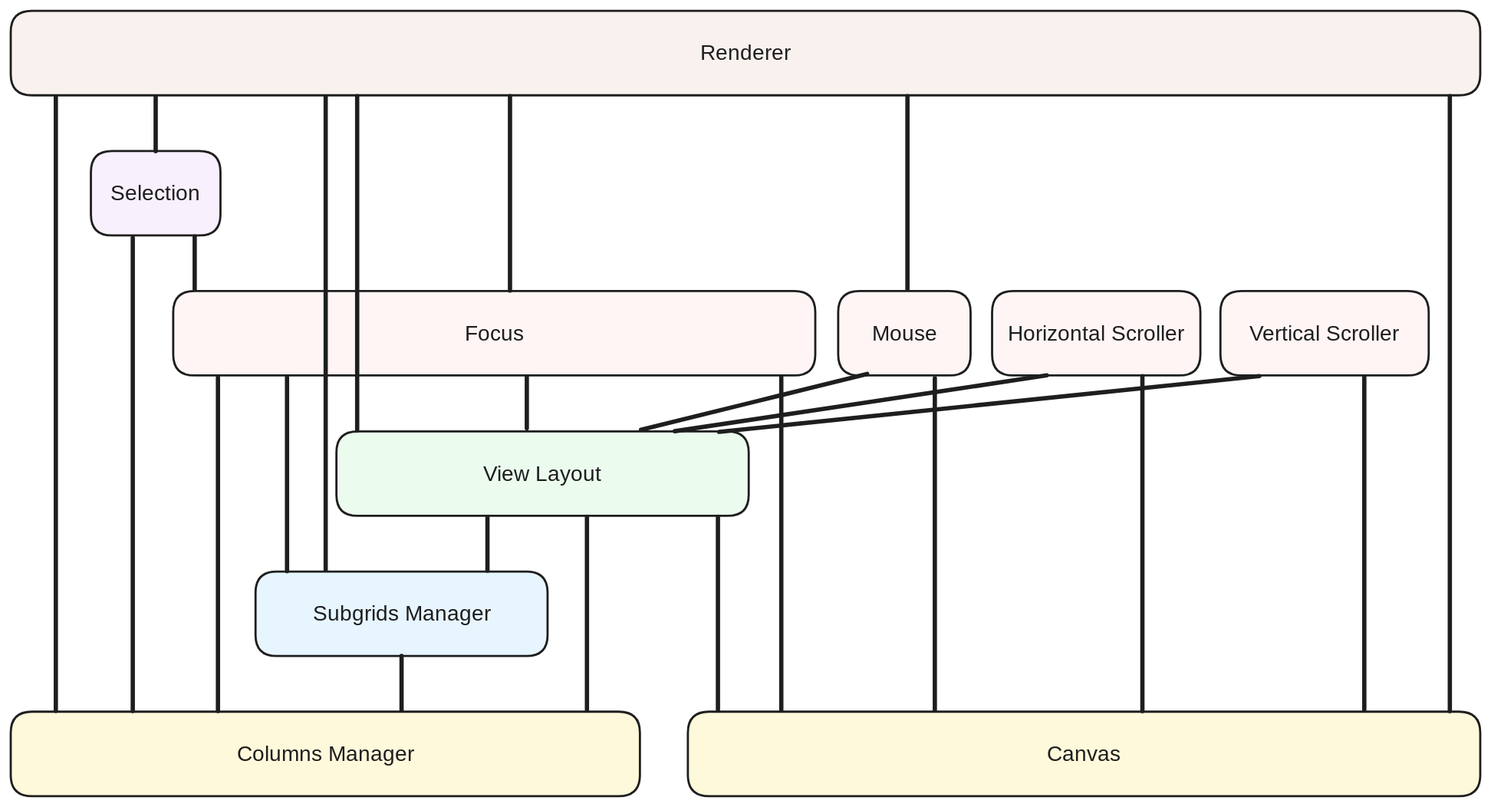
The Excalidraw diagram src-docs/architecture/client/components/components-dependency-block.excalidraw.svg in revgrid/revgrid, before a commit. Source tidied: one line per element, renumbered; positions are measured from the earlier drawing's top-left corner, leaving out a move shared by most shapes.
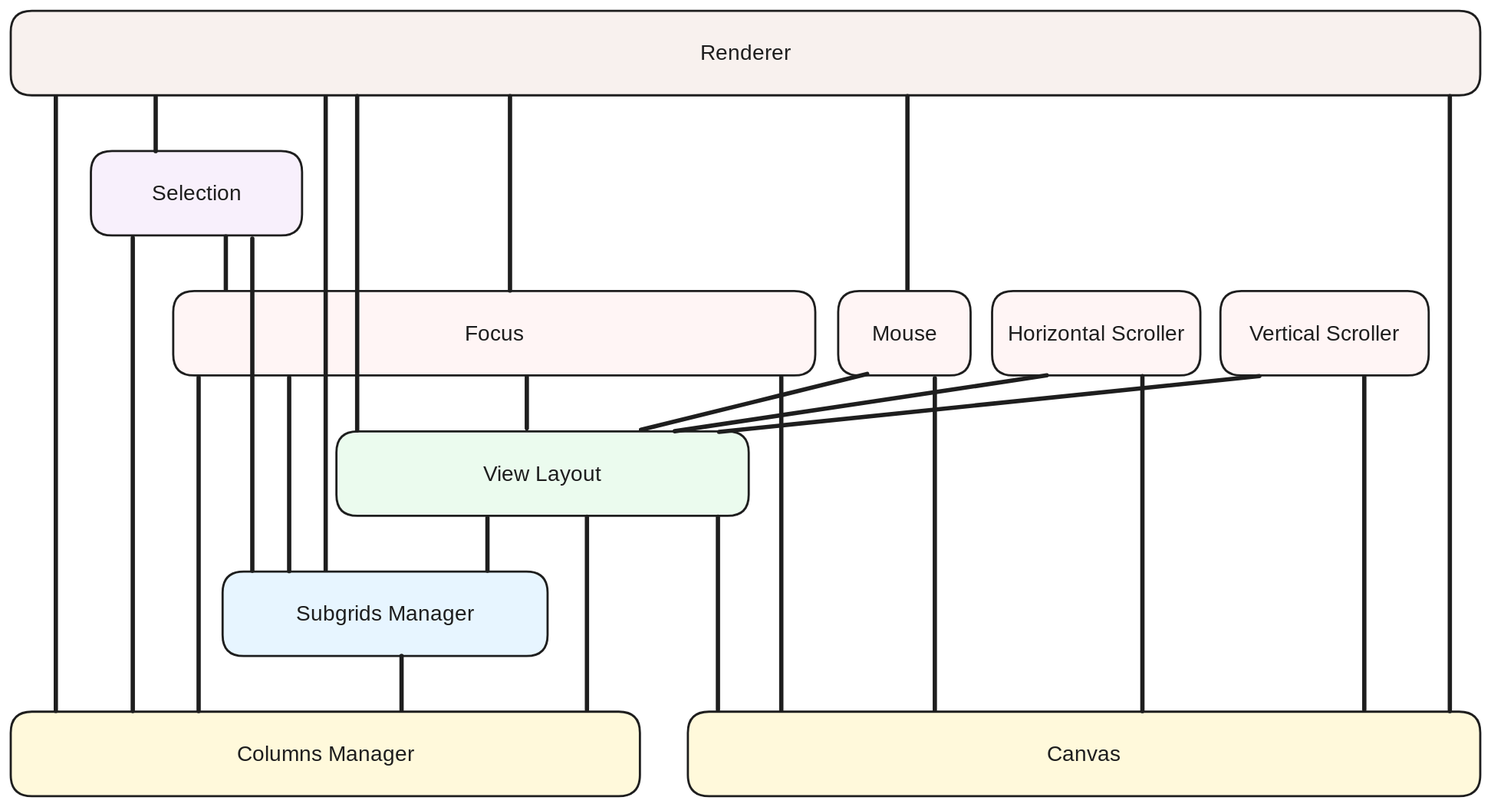
After the commit.

Diff of the diagram source:
```diff
@@ -2,14 +2,14 @@
 {"id": 1, "type": "text", "text": "Canvas", "strokeColor": "#1e1e1e", "strokeWidth": 2, "roughness": 0, "fontSize": 20, "fontFamily": 6, "textAlign": "center", "verticalAlign": "middle", "inside": 0, "x": 967, "y": 680, "width": 66, "height": 25}
 {"id": 2, "type": "rectangle", "strokeColor": "#1e1e1e", "backgroundColor": "#fff9db", "fillStyle": "solid", "strokeWidth": 2, "roughness": 0, "round": true, "x": 0, "y": 653, "width": 586, "height": 79}
 {"id": 3, "type": "text", "text": "Columns Manager", "strokeColor": "#1e1e1e", "strokeWidth": 2, "roughness": 0, "fontSize": 20, "fontFamily": 6, "textAlign": "center", "verticalAlign": "middle", "inside": 2, "x": 210, "y": 680, "width": 165, "height": 25}
-{"id": 4, "type": "rectangle", "strokeColor": "#1e1e1e", "backgroundColor": "#e7f5ff", "fillStyle": "solid", "strokeWidth": 2, "roughness": 0, "round": true, "x": 228, "y": 522, "width": 272, "height": 79}
+{"id": 4, "type": "rectangle", "strokeColor": "#1e1e1e", "backgroundColor": "#e7f5ff", "fillStyle": "solid", "strokeWidth": 2, "roughness": 0, "round": true, "x": 197, "y": 522, "width": 303, "height": 79}
-{"id": 5, "type": "text", "text": "Subgrids Manager", "strokeColor": "#1e1e1e", "strokeWidth": 2, "roughness": 0, "fontSize": 20, "fontFamily": 6, "textAlign": "center", "verticalAlign": "middle", "inside": 4, "x": 281, "y": 549, "width": 166, "height": 25}
+{"id": 5, "type": "text", "text": "Subgrids Manager", "strokeColor": "#1e1e1e", "strokeWidth": 2, "roughness": 0, "fontSize": 20, "fontFamily": 6, "textAlign": "center", "verticalAlign": "middle", "inside": 4, "x": 266, "y": 549, "width": 166, "height": 25}
 {"id": 6, "type": "rectangle", "strokeColor": "#1e1e1e", "backgroundColor": "#ebfbee", "fillStyle": "solid", "strokeWidth": 2, "roughness": 0, "round": true, "x": 303, "y": 392, "width": 384, "height": 79}
 {"id": 7, "type": "text", "text": "View Layout", "strokeColor": "#1e1e1e", "strokeWidth": 2, "roughness": 0, "fontSize": 20, "fontFamily": 6, "textAlign": "center", "verticalAlign": "middle", "inside": 6, "x": 439, "y": 418, "width": 114, "height": 25}
 {"id": 8, "type": "rectangle", "strokeColor": "#1e1e1e", "backgroundColor": "#fff5f5", "fillStyle": "solid", "strokeWidth": 2, "roughness": 0, "round": true, "x": 771, "y": 261, "width": 123, "height": 79}
 {"id": 9, "type": "text", "text": "Mouse", "strokeColor": "#1e1e1e", "strokeWidth": 2, "roughness": 0, "fontSize": 20, "fontFamily": 6, "textAlign": "center", "verticalAlign": "middle", "inside": 8, "x": 802, "y": 288, "width": 60, "height": 25}
-{"id": 10, "type": "rectangle", "strokeColor": "#1e1e1e", "backgroundColor": "#f8f0fc", "fillStyle": "solid", "strokeWidth": 2, "roughness": 0, "round": true, "x": 75, "y": 131, "width": 121, "height": 79}
+{"id": 10, "type": "rectangle", "strokeColor": "#1e1e1e", "backgroundColor": "#f8f0fc", "fillStyle": "solid", "strokeWidth": 2, "roughness": 0, "round": true, "x": 75, "y": 131, "width": 197, "height": 79}
-{"id": 11, "type": "text", "text": "Selection", "strokeColor": "#1e1e1e", "strokeWidth": 2, "roughness": 0, "fontSize": 20, "fontFamily": 6, "textAlign": "center", "verticalAlign": "middle", "inside": 10, "x": 93, "y": 157, "width": 84, "height": 25}
+{"id": 11, "type": "text", "text": "Selection", "strokeColor": "#1e1e1e", "strokeWidth": 2, "roughness": 0, "fontSize": 20, "fontFamily": 6, "textAlign": "center", "verticalAlign": "middle", "inside": 10, "x": 131, "y": 157, "width": 84, "height": 25}
 {"id": 12, "type": "rectangle", "strokeColor": "#1e1e1e", "backgroundColor": "#fff5f5", "fillStyle": "solid", "strokeWidth": 2, "roughness": 0, "round": true, "x": 914, "y": 261, "width": 194, "height": 79}
 {"id": 13, "type": "text", "text": "Horizontal Scroller", "strokeColor": "#1e1e1e", "strokeWidth": 2, "roughness": 0, "fontSize": 20, "fontFamily": 6, "textAlign": "center", "verticalAlign": "middle", "inside": 12, "x": 926, "y": 288, "width": 170, "height": 25}
 {"id": 14, "type": "rectangle", "strokeColor": "#1e1e1e", "backgroundColor": "#fff5f5", "fillStyle": "solid", "strokeWidth": 2, "roughness": 0, "round": true, "x": 1127, "y": 261, "width": 194, "height": 79}
@@ -19,7 +19,7 @@
 {"id": 18, "type": "rectangle", "strokeColor": "#1e1e1e", "backgroundColor": "#fff5f5", "fillStyle": "solid", "strokeWidth": 2, "roughness": 0, "round": true, "x": 151, "y": 261, "width": 598, "height": 79}
 {"id": 19, "type": "text", "text": "Focus", "strokeColor": "#1e1e1e", "strokeWidth": 2, "roughness": 0, "fontSize": 20, "fontFamily": 6, "textAlign": "center", "verticalAlign": "middle", "inside": 18, "x": 424, "y": 288, "width": 52, "height": 25}
 {"id": 20, "type": "line", "strokeColor": "#1e1e1e", "strokeWidth": 4, "roughness": 0, "round": true, "x": 364, "y": 601, "width": 0, "height": 51, "points": [[0, 0], [0, 51]]}
-{"id": 21, "type": "line", "strokeColor": "#1e1e1e", "strokeWidth": 4, "roughness": 0, "round": true, "x": 171, "y": 210, "width": 0, "height": 49, "points": [[0, 0], [0, 49]]}
+{"id": 21, "type": "line", "strokeColor": "#1e1e1e", "strokeWidth": 4, "roughness": 0, "round": true, "x": 200, "y": 210, "width": 0, "height": 49, "points": [[0, 0], [0, 49]]}
 {"id": 22, "type": "line", "strokeColor": "#1e1e1e", "strokeWidth": 4, "roughness": 0, "round": true, "x": 135, "y": 80, "width": 0, "height": 51, "points": [[0, 0], [0, 51]]}
 {"id": 23, "type": "line", "strokeColor": "#1e1e1e", "strokeWidth": 4, "roughness": 0, "round": true, "x": 444, "y": 472, "width": 0, "height": 49, "points": [[0, 0], [0, 49]]}
 {"id": 24, "type": "line", "strokeColor": "#1e1e1e", "strokeWidth": 4, "roughness": 0, "round": true, "x": 481, "y": 341, "width": 0, "height": 48, "points": [[0, 0], [0, 48]]}
@@ -27,11 +27,12 @@
 {"id": 26, "type": "line", "strokeColor": "#1e1e1e", "strokeWidth": 4, "roughness": 0, "round": true, "x": 465, "y": 79, "width": 0, "height": 181, "points": [[0, 0], [0, 181]]}
 {"id": 27, "type": "line", "strokeColor": "#1e1e1e", "strokeWidth": 4, "roughness": 0, "round": true, "x": 323, "y": 79, "width": 0, "height": 311, "points": [[0, 0], [0, 311]]}
 {"id": 28, "type": "line", "strokeColor": "#1e1e1e", "strokeWidth": 4, "roughness": 0, "round": true, "x": 835, "y": 79, "width": 0, "height": 180, "points": [[0, 0], [0, 180]]}
-{"id": 29, "type": "line", "strokeColor": "#1e1e1e", "strokeWidth": 4, "roughness": 0, "round": true, "x": 257, "y": 341, "width": 0, "height": 180, "points": [[0, 0], [0, 180]]}
+{"id": 29, "type": "line", "strokeColor": "#1e1e1e", "strokeWidth": 4, "roughness": 0, "round": true, "x": 259, "y": 341, "width": 0, "height": 180, "points": [[0, 0], [0, 180]]}
 {"id": 30, "type": "line", "strokeColor": "#1e1e1e", "strokeWidth": 4, "roughness": 0, "round": true, "x": 293, "y": 80, "width": 0, "height": 441, "points": [[0, 0], [0, 441]]}
 {"id": 31, "type": "line", "strokeColor": "#1e1e1e", "strokeWidth": 4, "roughness": 0, "round": true, "x": 659, "y": 471, "width": 0, "height": 180, "points": [[0, 0], [0, 180]]}
-{"id": 32, "type": "line", "strokeColor": "#1e1e1e", "strokeWidth": 4, "roughness": 0, "round": true, "x": 193, "y": 341, "width": 0, "height": 311, "points": [[0, 0], [0, 311]]}
+{"id": 32, "type": "line", "strokeColor": "#1e1e1e", "strokeWidth": 4, "roughness": 0, "round": true, "x": 175, "y": 341, "width": 0, "height": 311, "points": [[0, 0], [0, 311]]}
 {"id": 33, "type": "line", "strokeColor": "#1e1e1e", "strokeWidth": 4, "roughness": 0, "round": true, "x": 114, "y": 211, "width": 0, "height": 441, "points": [[0, 0], [0, 441]]}
+{"id": 43, "type": "line", "strokeColor": "#1e1e1e", "strokeWidth": 4, "roughness": 0, "round": true, "x": 225, "y": 212, "width": 0, "height": 309, "points": [[0, 0], [0, 309]]}
 {"id": 34, "type": "line", "strokeColor": "#1e1e1e", "strokeWidth": 4, "roughness": 0, "round": true, "x": 42, "y": 80, "width": 0, "height": 572, "points": [[0, 0], [0, 572]]}
 {"id": 35, "type": "line", "strokeColor": "#1e1e1e", "strokeWidth": 4, "roughness": 0, "round": true, "x": 1340, "y": 79, "width": 0, "height": 573, "points": [[0, 0], [0, 573]]}
 {"id": 36, "type": "line", "strokeColor": "#1e1e1e", "strokeWidth": 4, "roughness": 0, "round": true, "x": 718, "y": 341, "width": 0, "height": 311, "points": [[0, 0], [0, 311]]}
```
